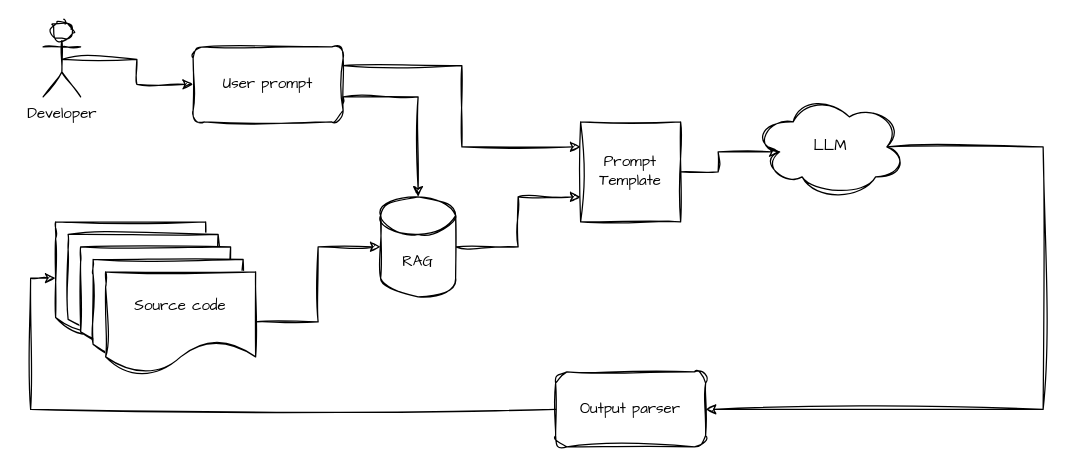
Earlier version of the draw.io diagram page "Page-1" (1 of 4) of docs/architecture.drawio (adobe-rnd/mystique-cli). Source tidied: cells renumbered, new cells numbered last; positions are measured from the earlier drawing's top-left corner, leaving out a move shared by most shapes. Both pictures are drawn from the tidied source at 125%, with x=0, y=0 at pixel (42, 21).
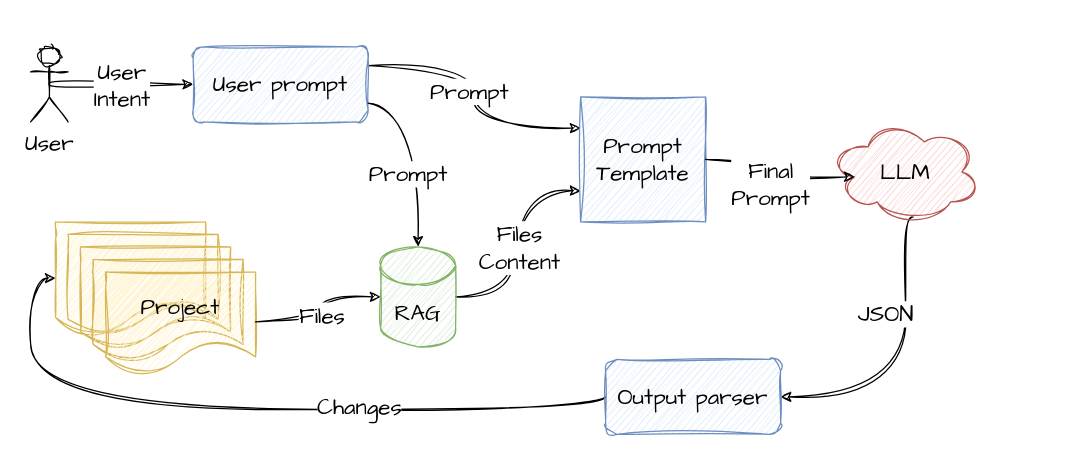
Above is the later version.

Change to the diagram source:
```diff
@@
-    <mxCell id="2" style="edgeStyle=orthogonalEdgeStyle;rounded=0;sketch=1;hachureGap=4;jiggle=2;curveFitting=1;jettySize=auto;html=1;exitX=0.5;exitY=0.5;exitDx=0;exitDy=0;exitPerimeter=0;entryX=0;entryY=0.5;entryDx=0;entryDy=0;fontFamily=Architects Daughter;" parent="1" edge="1" source="3" target="5">
+    <mxCell id="2" style="edgeStyle=orthogonalEdgeStyle;rounded=0;sketch=1;hachureGap=4;jiggle=2;curveFitting=1;jettySize=auto;html=1;exitX=0.5;exitY=0.5;exitDx=0;exitDy=0;exitPerimeter=0;entryX=0;entryY=0.5;entryDx=0;entryDy=0;fontFamily=Architects Daughter;curved=1;fontSize=18;" parent="1" edge="1" source="3" target="5">
       <mxGeometry relative="1" as="geometry" />
     </mxCell>
+    <mxCell id="21" value="User&lt;div&gt;Intent&lt;/div&gt;" style="edgeLabel;html=1;align=center;verticalAlign=middle;sketch=1;hachureGap=4;jiggle=2;curveFitting=1;fontFamily=Architects Daughter;fontSize=18;" parent="2" vertex="1">
+      <mxGeometry x="-0.01" relative="1" as="geometry" />
+    </mxCell>
-    <mxCell id="3" value="Developer" style="shape=umlActor;verticalLabelPosition=bottom;verticalAlign=top;html=1;outlineConnect=0;sketch=1;hachureGap=4;jiggle=2;curveFitting=1;fontFamily=Architects Daughter;" parent="1" vertex="1">
-      <mxGeometry width="30" height="60" as="geometry" />
+    <mxCell id="3" value="User" style="shape=umlActor;verticalLabelPosition=bottom;verticalAlign=top;html=1;outlineConnect=0;sketch=1;hachureGap=4;jiggle=2;curveFitting=1;fontFamily=Architects Daughter;fontSize=18;" parent="1" vertex="1">
+      <mxGeometry x="-10" y="20" width="30" height="60" as="geometry" />
     </mxCell>
-    <mxCell id="4" style="edgeStyle=orthogonalEdgeStyle;rounded=0;sketch=1;hachureGap=4;jiggle=2;curveFitting=1;jettySize=auto;html=1;exitX=1;exitY=0.25;exitDx=0;exitDy=0;entryX=0;entryY=0.25;entryDx=0;entryDy=0;fontFamily=Architects Daughter;" parent="1" edge="1" source="5" target="16">
+    <mxCell id="4" style="edgeStyle=orthogonalEdgeStyle;rounded=0;sketch=1;hachureGap=4;jiggle=2;curveFitting=1;jettySize=auto;html=1;exitX=1;exitY=0.25;exitDx=0;exitDy=0;entryX=0;entryY=0.25;entryDx=0;entryDy=0;fontFamily=Architects Daughter;curved=1;fontSize=18;" parent="1" edge="1" source="5" target="16">
       <mxGeometry relative="1" as="geometry" />
     </mxCell>
+    <mxCell id="22" value="Prompt" style="edgeLabel;html=1;align=center;verticalAlign=middle;sketch=1;hachureGap=4;jiggle=2;curveFitting=1;fontFamily=Architects Daughter;fontSize=18;" parent="4" vertex="1">
+      <mxGeometry x="-0.05" y="-5" relative="1" as="geometry" />
+    </mxCell>
-    <mxCell id="5" value="User prompt" style="rounded=1;whiteSpace=wrap;html=1;sketch=1;hachureGap=4;jiggle=2;curveFitting=1;fontFamily=Architects Daughter;" parent="1" vertex="1">
-      <mxGeometry x="120" y="20" width="120" height="60" as="geometry" />
+    <mxCell id="5" value="User prompt" style="rounded=1;whiteSpace=wrap;html=1;sketch=1;hachureGap=4;jiggle=2;curveFitting=1;fontFamily=Architects Daughter;fillColor=#dae8fc;strokeColor=#6c8ebf;fontSize=18;" parent="1" vertex="1">
+      <mxGeometry x="120" y="20" width="140" height="60" as="geometry" />
     </mxCell>
-    <mxCell id="6" style="edgeStyle=orthogonalEdgeStyle;rounded=0;sketch=1;hachureGap=4;jiggle=2;curveFitting=1;jettySize=auto;html=1;exitX=1;exitY=0.5;exitDx=0;exitDy=0;exitPerimeter=0;entryX=0;entryY=0.75;entryDx=0;entryDy=0;fontFamily=Architects Daughter;" parent="1" edge="1" source="7" target="16">
+    <mxCell id="6" style="edgeStyle=orthogonalEdgeStyle;rounded=0;sketch=1;hachureGap=4;jiggle=2;curveFitting=1;jettySize=auto;html=1;exitX=1;exitY=0.5;exitDx=0;exitDy=0;exitPerimeter=0;entryX=0;entryY=0.75;entryDx=0;entryDy=0;fontFamily=Architects Daughter;curved=1;fontSize=18;" parent="1" edge="1" source="7" target="16">
       <mxGeometry relative="1" as="geometry" />
     </mxCell>
+    <mxCell id="23" value="Files&lt;br&gt;Content" style="edgeLabel;html=1;align=center;verticalAlign=middle;sketch=1;hachureGap=4;jiggle=2;curveFitting=1;fontFamily=Architects Daughter;fontSize=18;" parent="6" vertex="1">
+      <mxGeometry x="-0.03" relative="1" as="geometry" />
+    </mxCell>
-    <mxCell id="7" value="RAG" style="shape=cylinder3;whiteSpace=wrap;html=1;boundedLbl=1;backgroundOutline=1;size=15;sketch=1;hachureGap=4;jiggle=2;curveFitting=1;fontFamily=Architects Daughter;" parent="1" vertex="1">
-      <mxGeometry x="270" y="140" width="60" height="80" as="geometry" />
+    <mxCell id="7" value="RAG" style="shape=cylinder3;whiteSpace=wrap;html=1;boundedLbl=1;backgroundOutline=1;size=15;sketch=1;hachureGap=4;jiggle=2;curveFitting=1;fontFamily=Architects Daughter;fillColor=#d5e8d4;strokeColor=#82b366;fontSize=18;" parent="1" vertex="1">
+      <mxGeometry x="270" y="180" width="60" height="80" as="geometry" />
     </mxCell>
-    <mxCell id="8" style="shape=document;whiteSpace=wrap;html=1;boundedLbl=1;sketch=1;hachureGap=4;jiggle=2;curveFitting=1;fontFamily=Architects Daughter;" parent="1" vertex="1">
+    <mxCell id="8" style="shape=document;whiteSpace=wrap;html=1;boundedLbl=1;sketch=1;hachureGap=4;jiggle=2;curveFitting=1;fontFamily=Architects Daughter;fillColor=#fff2cc;strokeColor=#d6b656;fontSize=18;" parent="1" vertex="1">
       <mxGeometry x="10" y="160" width="120" height="90" as="geometry" />
     </mxCell>
-    <mxCell id="9" style="shape=document;whiteSpace=wrap;html=1;boundedLbl=1;sketch=1;hachureGap=4;jiggle=2;curveFitting=1;fontFamily=Architects Daughter;" parent="1" vertex="1">
+    <mxCell id="9" style="shape=document;whiteSpace=wrap;html=1;boundedLbl=1;sketch=1;hachureGap=4;jiggle=2;curveFitting=1;fontFamily=Architects Daughter;fillColor=#fff2cc;strokeColor=#d6b656;fontSize=18;" parent="1" vertex="1">
       <mxGeometry x="20" y="170" width="120" height="80" as="geometry" />
     </mxCell>
-    <mxCell id="10" style="shape=document;whiteSpace=wrap;html=1;boundedLbl=1;sketch=1;hachureGap=4;jiggle=2;curveFitting=1;fontFamily=Architects Daughter;" parent="1" vertex="1">
+    <mxCell id="10" style="shape=document;whiteSpace=wrap;html=1;boundedLbl=1;sketch=1;hachureGap=4;jiggle=2;curveFitting=1;fontFamily=Architects Daughter;fillColor=#fff2cc;strokeColor=#d6b656;fontSize=18;" parent="1" vertex="1">
       <mxGeometry x="30" y="180" width="120" height="80" as="geometry" />
     </mxCell>
-    <mxCell id="11" style="shape=document;whiteSpace=wrap;html=1;boundedLbl=1;sketch=1;hachureGap=4;jiggle=2;curveFitting=1;fontFamily=Architects Daughter;" parent="1" vertex="1">
+    <mxCell id="11" style="shape=document;whiteSpace=wrap;html=1;boundedLbl=1;sketch=1;hachureGap=4;jiggle=2;curveFitting=1;fontFamily=Architects Daughter;fillColor=#fff2cc;strokeColor=#d6b656;fontSize=18;" parent="1" vertex="1">
       <mxGeometry x="40" y="190" width="120" height="80" as="geometry" />
     </mxCell>
-    <mxCell id="12" value="Source code" style="shape=document;whiteSpace=wrap;html=1;boundedLbl=1;sketch=1;hachureGap=4;jiggle=2;curveFitting=1;fontFamily=Architects Daughter;" parent="1" vertex="1">
+    <mxCell id="12" value="Project" style="shape=document;whiteSpace=wrap;html=1;boundedLbl=1;sketch=1;hachureGap=4;jiggle=2;curveFitting=1;fontFamily=Architects Daughter;fontSize=18;fillColor=#fff2cc;strokeColor=#d6b656;" parent="1" vertex="1">
       <mxGeometry x="50" y="200" width="120" height="80" as="geometry" />
     </mxCell>
-    <mxCell id="13" style="edgeStyle=orthogonalEdgeStyle;rounded=0;sketch=1;hachureGap=4;jiggle=2;curveFitting=1;jettySize=auto;html=1;exitX=1;exitY=0.5;exitDx=0;exitDy=0;entryX=0;entryY=0.5;entryDx=0;entryDy=0;entryPerimeter=0;fontFamily=Architects Daughter;" parent="1" edge="1" source="12" target="7">
+    <mxCell id="13" style="edgeStyle=orthogonalEdgeStyle;rounded=0;sketch=1;hachureGap=4;jiggle=2;curveFitting=1;jettySize=auto;html=1;exitX=1;exitY=0.5;exitDx=0;exitDy=0;entryX=0;entryY=0.5;entryDx=0;entryDy=0;entryPerimeter=0;fontFamily=Architects Daughter;curved=1;fontSize=18;" parent="1" edge="1" source="12" target="7">
       <mxGeometry relative="1" as="geometry" />
     </mxCell>
+    <mxCell id="24" value="Files" style="edgeLabel;html=1;align=center;verticalAlign=middle;sketch=1;hachureGap=4;jiggle=2;curveFitting=1;fontFamily=Architects Daughter;fontSize=18;" parent="13" vertex="1">
+      <mxGeometry x="-0.06" y="-2" relative="1" as="geometry" />
+    </mxCell>
-    <mxCell id="14" style="edgeStyle=orthogonalEdgeStyle;rounded=0;sketch=1;hachureGap=4;jiggle=2;curveFitting=1;jettySize=auto;html=1;exitX=0.875;exitY=0.5;exitDx=0;exitDy=0;exitPerimeter=0;entryX=1;entryY=0.5;entryDx=0;entryDy=0;fontFamily=Architects Daughter;" parent="1" edge="1" source="15" target="19">
-      <mxGeometry relative="1" as="geometry">
+    <mxCell id="14" value="JSON" style="edgeStyle=orthogonalEdgeStyle;rounded=0;sketch=1;hachureGap=4;jiggle=2;curveFitting=1;jettySize=auto;html=1;exitDx=0;exitDy=0;exitPerimeter=0;fontFamily=Architects Daughter;curved=1;entryDx=0;entryDy=0;entryX=1;entryY=0.5;exitX=0.55;exitY=0.95;fontSize=18;" parent="1" edge="1" source="15" target="19">
+      <mxGeometry x="-0.33" y="-16" relative="1" as="geometry">
         <Array as="points">
-          <mxPoint x="800" y="100" />
-          <mxPoint x="800" y="310" />
+          <mxPoint x="690" y="156" />
+          <mxPoint x="690" y="300" />
         </Array>
       </mxGeometry>
     </mxCell>
-    <mxCell id="15" value="LLM" style="ellipse;shape=cloud;whiteSpace=wrap;html=1;sketch=1;hachureGap=4;jiggle=2;curveFitting=1;fontFamily=Architects Daughter;" parent="1" vertex="1">
-      <mxGeometry x="570" y="60" width="120" height="80" as="geometry" />
+    <mxCell id="15" value="LLM" style="ellipse;shape=cloud;whiteSpace=wrap;html=1;sketch=1;hachureGap=4;jiggle=2;curveFitting=1;fontFamily=Architects Daughter;fillColor=#f8cecc;strokeColor=#b85450;fontSize=18;" parent="1" vertex="1">
+      <mxGeometry x="630" y="80" width="120" height="80" as="geometry" />
     </mxCell>
-    <mxCell id="16" value="Prompt&lt;div&gt;Template&lt;/div&gt;" style="whiteSpace=wrap;html=1;sketch=1;hachureGap=4;jiggle=2;curveFitting=1;fontFamily=Architects Daughter;" parent="1" vertex="1">
-      <mxGeometry x="430" y="80" width="80" height="80" as="geometry" />
+    <mxCell id="16" value="Prompt&lt;div&gt;Template&lt;/div&gt;" style="whiteSpace=wrap;html=1;sketch=1;hachureGap=4;jiggle=2;curveFitting=1;fontFamily=Architects Daughter;fillColor=#dae8fc;strokeColor=#6c8ebf;fontSize=18;" parent="1" vertex="1">
+      <mxGeometry x="430" y="60" width="100" height="100" as="geometry" />
     </mxCell>
-    <mxCell id="17" style="edgeStyle=orthogonalEdgeStyle;rounded=0;sketch=1;hachureGap=4;jiggle=2;curveFitting=1;jettySize=auto;html=1;exitX=1;exitY=0.5;exitDx=0;exitDy=0;entryX=0.16;entryY=0.55;entryDx=0;entryDy=0;entryPerimeter=0;fontFamily=Architects Daughter;" parent="1" edge="1" source="16" target="15">
+    <mxCell id="17" style="edgeStyle=orthogonalEdgeStyle;rounded=0;sketch=1;hachureGap=4;jiggle=2;curveFitting=1;jettySize=auto;html=1;exitX=1;exitY=0.5;exitDx=0;exitDy=0;entryX=0.16;entryY=0.55;entryDx=0;entryDy=0;entryPerimeter=0;fontFamily=Architects Daughter;curved=1;fontSize=18;" parent="1" edge="1" source="16" target="15">
       <mxGeometry relative="1" as="geometry" />
     </mxCell>
+    <mxCell id="25" value="Final&lt;br&gt;Prompt" style="edgeLabel;html=1;align=center;verticalAlign=middle;sketch=1;hachureGap=4;jiggle=2;curveFitting=1;fontFamily=Architects Daughter;fontSize=18;" parent="17" vertex="1">
+      <mxGeometry x="-0.02" y="-5" relative="1" as="geometry" />
+    </mxCell>
-    <mxCell id="18" style="edgeStyle=orthogonalEdgeStyle;rounded=0;sketch=1;hachureGap=4;jiggle=2;curveFitting=1;jettySize=auto;html=1;entryX=0;entryY=0.5;entryDx=0;entryDy=0;fontFamily=Architects Daughter;" parent="1" edge="1" source="19" target="8">
-      <mxGeometry relative="1" as="geometry" />
+    <mxCell id="18" style="edgeStyle=orthogonalEdgeStyle;rounded=0;sketch=1;hachureGap=4;jiggle=2;curveFitting=1;jettySize=auto;html=1;entryX=0;entryY=0.5;entryDx=0;entryDy=0;fontFamily=Architects Daughter;curved=1;fontSize=18;exitX=0;exitY=0.5;exitDx=0;exitDy=0;" parent="1" edge="1" source="19" target="8">
+      <mxGeometry relative="1" as="geometry">
+        <Array as="points">
+          <mxPoint x="450" y="310" />
+          <mxPoint x="-10" y="310" />
+          <mxPoint x="-10" y="205" />
+        </Array>
+      </mxGeometry>
     </mxCell>
+    <mxCell id="26" value="Changes" style="edgeLabel;html=1;align=center;verticalAlign=middle;sketch=1;hachureGap=4;jiggle=2;curveFitting=1;fontFamily=Architects Daughter;fontSize=18;" parent="18" vertex="1">
+      <mxGeometry x="-0.3" y="-3" relative="1" as="geometry" />
+    </mxCell>
-    <mxCell id="19" value="Output parser" style="rounded=1;whiteSpace=wrap;html=1;sketch=1;hachureGap=4;jiggle=2;curveFitting=1;fontFamily=Architects Daughter;" parent="1" vertex="1">
-      <mxGeometry x="410" y="280" width="120" height="60" as="geometry" />
+    <mxCell id="19" value="Output parser" style="rounded=1;whiteSpace=wrap;html=1;sketch=1;hachureGap=4;jiggle=2;curveFitting=1;fontFamily=Architects Daughter;fillColor=#dae8fc;strokeColor=#6c8ebf;fontSize=18;" parent="1" vertex="1">
+      <mxGeometry x="450" y="270" width="140" height="60" as="geometry" />
     </mxCell>
-    <mxCell id="20" style="edgeStyle=orthogonalEdgeStyle;rounded=0;sketch=1;hachureGap=4;jiggle=2;curveFitting=1;jettySize=auto;html=1;exitX=1;exitY=0.75;exitDx=0;exitDy=0;entryX=0.5;entryY=0;entryDx=0;entryDy=0;entryPerimeter=0;fontFamily=Architects Daughter;" parent="1" edge="1" source="5" target="7">
-      <mxGeometry relative="1" as="geometry">
-        <Array as="points">
-          <mxPoint x="240" y="60" />
-          <mxPoint x="300" y="60" />
-        </Array>
-      </mxGeometry>
+    <mxCell id="20" style="edgeStyle=orthogonalEdgeStyle;rounded=0;sketch=1;hachureGap=4;jiggle=2;curveFitting=1;jettySize=auto;html=1;exitX=1;exitY=0.75;exitDx=0;exitDy=0;entryX=0.5;entryY=0;entryDx=0;entryDy=0;entryPerimeter=0;fontFamily=Architects Daughter;curved=1;fontSize=18;" parent="1" edge="1" source="5" target="7">
+      <mxGeometry relative="1" as="geometry" />
     </mxCell>
+    <mxCell id="27" value="Prompt" style="edgeLabel;html=1;align=center;verticalAlign=middle;sketch=1;hachureGap=4;jiggle=2;curveFitting=1;fontFamily=Architects Daughter;fontSize=18;" parent="20" vertex="1">
+      <mxGeometry x="0.24" y="-9" relative="1" as="geometry" />
+    </mxCell>
```
